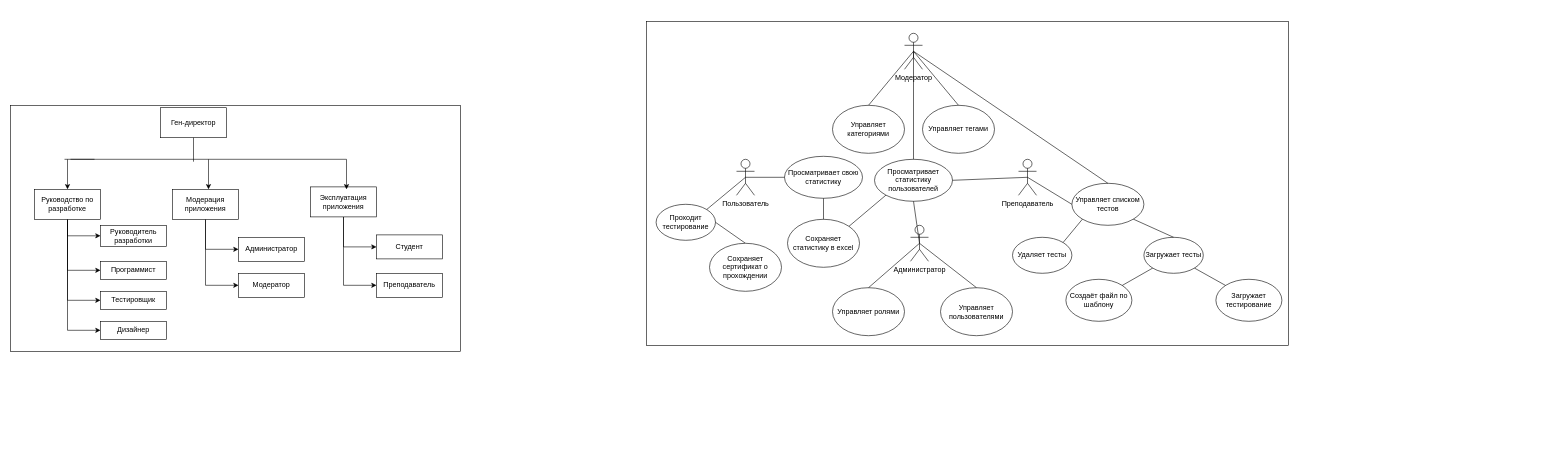
Above: Шумов В Отчёт/Диаграммы.drawio in VladKristoff/UP11 (draw.io), before the change. Source tidied: cells renumbered, new cells numbered last; positions are measured from the earlier drawing's top-left corner, leaving out a move shared by most shapes. Both pictures are drawn from the tidied source at 60%, with x=0, y=0 at pixel (10, 21).
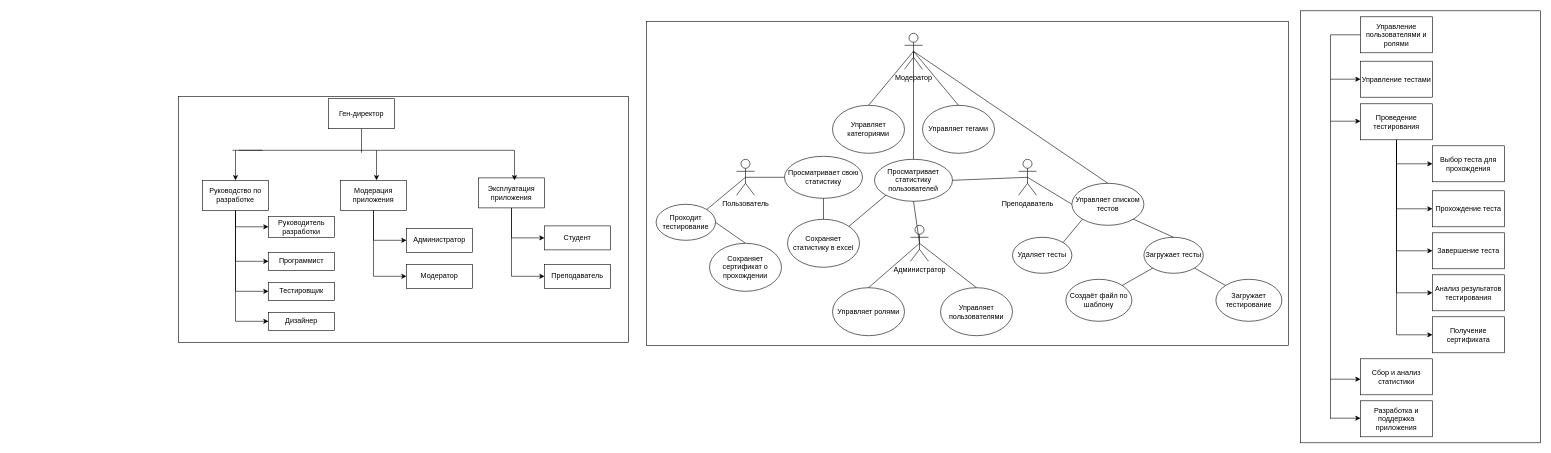
The same page after the edit.

Change to the diagram source:
```diff
@@
+    <mxCell id="66" style="rounded=0;whiteSpace=wrap;html=1;" parent="1" vertex="1">
+      <mxGeometry x="2150" y="-17.5" width="400" height="720" as="geometry" />
+    </mxCell>
@@
     <mxCell id="3" style="rounded=0;whiteSpace=wrap;html=1;" parent="1" vertex="1">
-      <mxGeometry y="140" width="750" height="410" as="geometry" />
+      <mxGeometry x="280" y="125" width="750" height="410" as="geometry" />
     </mxCell>
     <mxCell id="4" value="Ген-директор" style="html=1;whiteSpace=wrap;" parent="1" vertex="1">
-      <mxGeometry x="250" y="144" width="110" height="50" as="geometry" />
+      <mxGeometry x="530" y="129" width="110" height="50" as="geometry" />
     </mxCell>
@@
     <mxCell id="9" value="Руководство по разработке" style="html=1;whiteSpace=wrap;" parent="1" vertex="1">
-      <mxGeometry x="40" y="280" width="110" height="50" as="geometry" />
+      <mxGeometry x="320" y="265" width="110" height="50" as="geometry" />
     </mxCell>
     <mxCell id="10" value="Программист" style="html=1;whiteSpace=wrap;" parent="1" vertex="1">
-      <mxGeometry x="150" y="400" width="110" height="30" as="geometry" />
+      <mxGeometry x="430" y="385" width="110" height="30" as="geometry" />
     </mxCell>
     <mxCell id="11" value="Дизайнер" style="html=1;whiteSpace=wrap;" parent="1" vertex="1">
-      <mxGeometry x="150" y="500" width="110" height="30" as="geometry" />
+      <mxGeometry x="430" y="485" width="110" height="30" as="geometry" />
     </mxCell>
     <mxCell id="12" value="Тестировщик" style="html=1;whiteSpace=wrap;" parent="1" vertex="1">
-      <mxGeometry x="150" y="450" width="110" height="30" as="geometry" />
+      <mxGeometry x="430" y="435" width="110" height="30" as="geometry" />
     </mxCell>
     <mxCell id="13" style="endArrow=none;html=1;rounded=0;entryX=0.5;entryY=1;entryDx=0;entryDy=0;" parent="1" edge="1" target="4">
       <mxGeometry relative="1" as="geometry">
-        <mxPoint x="305" y="234" as="sourcePoint" />
+        <mxPoint x="585" y="219" as="sourcePoint" />
       </mxGeometry>
     </mxCell>
     <mxCell id="14" style="endArrow=none;html=1;rounded=0;" parent="1" edge="1">
       <mxGeometry relative="1" as="geometry">
-        <mxPoint x="100" y="230" as="sourcePoint" />
-        <mxPoint x="140" y="230" as="targetPoint" />
+        <mxPoint x="380" y="215" as="sourcePoint" />
+        <mxPoint x="420" y="215" as="targetPoint" />
       </mxGeometry>
     </mxCell>
     <mxCell id="15" style="endArrow=none;html=1;rounded=0;" parent="1" edge="1">
       <mxGeometry relative="1" as="geometry">
-        <mxPoint x="90" y="230" as="sourcePoint" />
-        <mxPoint x="560" y="230" as="targetPoint" />
+        <mxPoint x="370" y="215" as="sourcePoint" />
+        <mxPoint x="840" y="215" as="targetPoint" />
       </mxGeometry>
     </mxCell>
     <mxCell id="16" style="endArrow=classic;html=1;rounded=0;entryX=0.5;entryY=0;entryDx=0;entryDy=0;" parent="1" edge="1" target="9">
       <mxGeometry relative="1" as="geometry">
-        <mxPoint x="95" y="230" as="sourcePoint" />
+        <mxPoint x="375" y="215" as="sourcePoint" />
       </mxGeometry>
     </mxCell>
@@
     <mxCell id="19" value="Модерация приложения" style="html=1;whiteSpace=wrap;" parent="1" vertex="1">
-      <mxGeometry x="270" y="280" width="110" height="50" as="geometry" />
+      <mxGeometry x="550" y="265" width="110" height="50" as="geometry" />
     </mxCell>
     <mxCell id="20" style="endArrow=classic;html=1;rounded=0;entryX=0.5;entryY=0;entryDx=0;entryDy=0;" parent="1" edge="1">
       <mxGeometry relative="1" as="geometry">
-        <mxPoint x="330" y="230" as="sourcePoint" />
-        <mxPoint x="330" y="280" as="targetPoint" />
+        <mxPoint x="610" y="215" as="sourcePoint" />
+        <mxPoint x="610" y="265" as="targetPoint" />
       </mxGeometry>
     </mxCell>
     <mxCell id="21" value="Администратор" style="html=1;whiteSpace=wrap;" parent="1" vertex="1">
-      <mxGeometry x="380" y="360" width="110" height="40" as="geometry" />
+      <mxGeometry x="660" y="345" width="110" height="40" as="geometry" />
     </mxCell>
@@
     <mxCell id="37" value="Руководитель разработки" style="html=1;whiteSpace=wrap;" parent="1" vertex="1">
-      <mxGeometry x="150" y="340" width="110" height="35" as="geometry" />
+      <mxGeometry x="430" y="325" width="110" height="35" as="geometry" />
     </mxCell>
@@
     <mxCell id="59" value="Модератор" style="html=1;whiteSpace=wrap;" parent="1" vertex="1">
-      <mxGeometry x="380" y="420" width="110" height="40" as="geometry" />
+      <mxGeometry x="660" y="405" width="110" height="40" as="geometry" />
     </mxCell>
@@
     <mxCell id="62" value="Эксплуатация приложения" style="html=1;whiteSpace=wrap;" parent="1" vertex="1">
-      <mxGeometry x="500" y="276" width="110" height="50" as="geometry" />
+      <mxGeometry x="780" y="261" width="110" height="50" as="geometry" />
     </mxCell>
     <mxCell id="63" style="endArrow=classic;html=1;rounded=0;entryX=0.5;entryY=0;entryDx=0;entryDy=0;" parent="1" edge="1">
       <mxGeometry relative="1" as="geometry">
-        <mxPoint x="560" y="230" as="sourcePoint" />
-        <mxPoint x="560" y="280" as="targetPoint" />
+        <mxPoint x="840" y="215" as="sourcePoint" />
+        <mxPoint x="840" y="265" as="targetPoint" />
       </mxGeometry>
     </mxCell>
     <mxCell id="64" value="Студент" style="html=1;whiteSpace=wrap;" parent="1" vertex="1">
-      <mxGeometry x="610" y="356" width="110" height="40" as="geometry" />
+      <mxGeometry x="890" y="341" width="110" height="40" as="geometry" />
     </mxCell>
     <mxCell id="65" value="Преподаватель" style="html=1;whiteSpace=wrap;" parent="1" vertex="1">
-      <mxGeometry x="610" y="420" width="110" height="40" as="geometry" />
+      <mxGeometry x="890" y="405" width="110" height="40" as="geometry" />
     </mxCell>
+    <mxCell id="67" value="Управление пользователями и ролями" style="rounded=0;whiteSpace=wrap;html=1;" parent="1" vertex="1">
+      <mxGeometry x="2250" y="-7.5" width="120" height="60" as="geometry" />
+    </mxCell>
+    <mxCell id="68" value="Управление тестами" style="rounded=0;whiteSpace=wrap;html=1;" parent="1" vertex="1">
+      <mxGeometry x="2250" y="66.5" width="120" height="60" as="geometry" />
+    </mxCell>
+    <mxCell id="69" style="edgeStyle=orthogonalEdgeStyle;rounded=0;jettySize=auto;html=1;entryX=0;entryY=0.5;entryDx=0;entryDy=0;" parent="1" edge="1" source="74" target="81">
+      <mxGeometry relative="1" as="geometry" />
+    </mxCell>
+    <mxCell id="70" style="edgeStyle=orthogonalEdgeStyle;rounded=0;jettySize=auto;html=1;entryX=0;entryY=0.5;entryDx=0;entryDy=0;" parent="1" edge="1" source="74" target="82">
+      <mxGeometry relative="1" as="geometry" />
+    </mxCell>
+    <mxCell id="71" style="edgeStyle=orthogonalEdgeStyle;rounded=0;jettySize=auto;html=1;entryX=0;entryY=0.5;entryDx=0;entryDy=0;" parent="1" edge="1" source="74" target="83">
+      <mxGeometry relative="1" as="geometry" />
+    </mxCell>
+    <mxCell id="72" style="edgeStyle=orthogonalEdgeStyle;rounded=0;jettySize=auto;html=1;entryX=0;entryY=0.5;entryDx=0;entryDy=0;" parent="1" edge="1" source="74" target="84">
+      <mxGeometry relative="1" as="geometry" />
+    </mxCell>
+    <mxCell id="73" style="edgeStyle=orthogonalEdgeStyle;rounded=0;jettySize=auto;html=1;entryX=0;entryY=0.5;entryDx=0;entryDy=0;" parent="1" edge="1" source="74" target="85">
+      <mxGeometry relative="1" as="geometry" />
+    </mxCell>
+    <mxCell id="74" value="Проведение тестирования" style="rounded=0;whiteSpace=wrap;html=1;" parent="1" vertex="1">
+      <mxGeometry x="2250" y="137.5" width="120" height="60" as="geometry" />
+    </mxCell>
+    <mxCell id="75" value="Сбор и анализ статистики" style="rounded=0;whiteSpace=wrap;html=1;" parent="1" vertex="1">
+      <mxGeometry x="2250" y="562.5" width="120" height="60" as="geometry" />
+    </mxCell>
+    <mxCell id="76" value="Разработка и поддержка приложения" style="rounded=0;whiteSpace=wrap;html=1;" parent="1" vertex="1">
+      <mxGeometry x="2250" y="632.5" width="120" height="60" as="geometry" />
+    </mxCell>
+    <mxCell id="77" style="endArrow=none;html=1;rounded=0;entryX=0;entryY=0.5;entryDx=0;entryDy=0;" parent="1" edge="1" target="67">
+      <mxGeometry relative="1" as="geometry">
+        <mxPoint x="2200" y="22.5" as="sourcePoint" />
+      </mxGeometry>
+    </mxCell>
+    <mxCell id="78" style="endArrow=none;html=1;rounded=0;" parent="1" edge="1">
+      <mxGeometry relative="1" as="geometry">
+        <mxPoint x="2200" y="662.5" as="sourcePoint" />
+        <mxPoint x="2200" y="22.5" as="targetPoint" />
+      </mxGeometry>
+    </mxCell>
+    <mxCell id="79" style="endArrow=classic;html=1;rounded=0;entryX=0;entryY=0.5;entryDx=0;entryDy=0;" parent="1" edge="1" target="68">
+      <mxGeometry relative="1" as="geometry">
+        <mxPoint x="2200" y="96.5" as="sourcePoint" />
+      </mxGeometry>
+    </mxCell>
+    <mxCell id="80" style="endArrow=classic;html=1;rounded=0;entryX=0;entryY=0.5;entryDx=0;entryDy=0;" parent="1" edge="1">
+      <mxGeometry relative="1" as="geometry">
+        <mxPoint x="2200" y="166.5" as="sourcePoint" />
+        <mxPoint x="2250" y="166.5" as="targetPoint" />
+      </mxGeometry>
+    </mxCell>
+    <mxCell id="81" value="Выбор теста для прохождения" style="rounded=0;whiteSpace=wrap;html=1;" parent="1" vertex="1">
+      <mxGeometry x="2370" y="207.5" width="120" height="60" as="geometry" />
+    </mxCell>
+    <mxCell id="82" value="Прохождение теста" style="rounded=0;whiteSpace=wrap;html=1;" parent="1" vertex="1">
+      <mxGeometry x="2370" y="282.5" width="120" height="60" as="geometry" />
+    </mxCell>
+    <mxCell id="83" value="Завершение теста" style="rounded=0;whiteSpace=wrap;html=1;" parent="1" vertex="1">
+      <mxGeometry x="2370" y="352.5" width="120" height="60" as="geometry" />
+    </mxCell>
+    <mxCell id="84" value="Анализ результатов тестирования" style="rounded=0;whiteSpace=wrap;html=1;" parent="1" vertex="1">
+      <mxGeometry x="2370" y="422.5" width="120" height="60" as="geometry" />
+    </mxCell>
+    <mxCell id="85" value="Получение сертификата" style="rounded=0;whiteSpace=wrap;html=1;" parent="1" vertex="1">
+      <mxGeometry x="2370" y="492.5" width="120" height="60" as="geometry" />
+    </mxCell>
+    <mxCell id="86" style="endArrow=classic;html=1;rounded=0;entryX=0;entryY=0.5;entryDx=0;entryDy=0;" parent="1" edge="1">
+      <mxGeometry relative="1" as="geometry">
+        <mxPoint x="2200" y="596.5" as="sourcePoint" />
+        <mxPoint x="2250" y="596.5" as="targetPoint" />
+      </mxGeometry>
+    </mxCell>
+    <mxCell id="87" style="endArrow=classic;html=1;rounded=0;entryX=0;entryY=0.5;entryDx=0;entryDy=0;" parent="1" edge="1">
+      <mxGeometry relative="1" as="geometry">
+        <mxPoint x="2200" y="661.5" as="sourcePoint" />
+        <mxPoint x="2250" y="661.5" as="targetPoint" />
+      </mxGeometry>
+    </mxCell>
```
